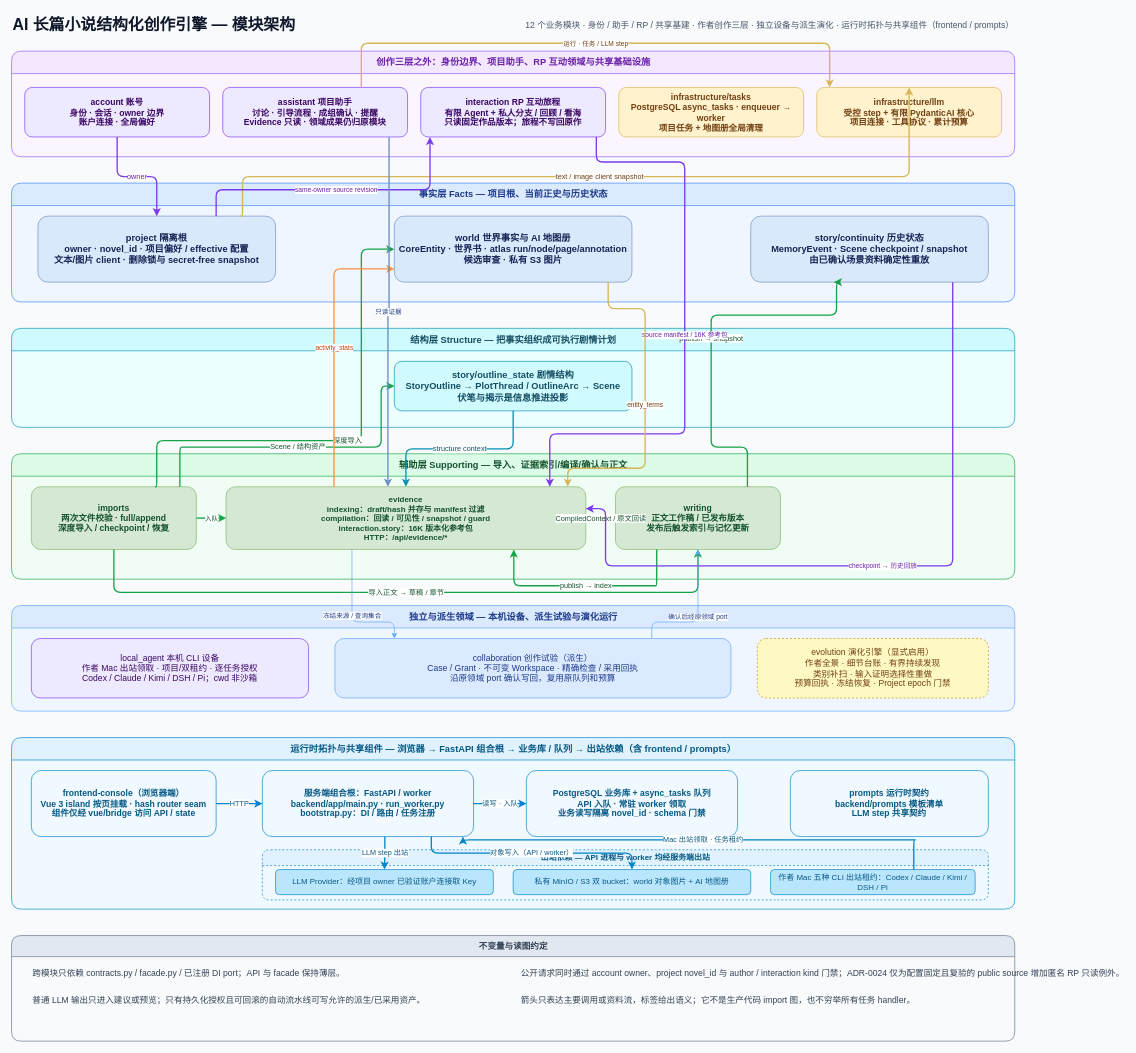
Above: docs/architecture/module-architecture.drawio in FengHuoLinShan/ai-writing-assist (draw.io), before the change. Source tidied: cells renumbered, new cells numbered last; positions are measured from the earlier drawing's top-left corner, leaving out a move shared by most shapes. Both pictures are drawn from the tidied source at 66%, with x=0, y=0 at pixel (11, 11).
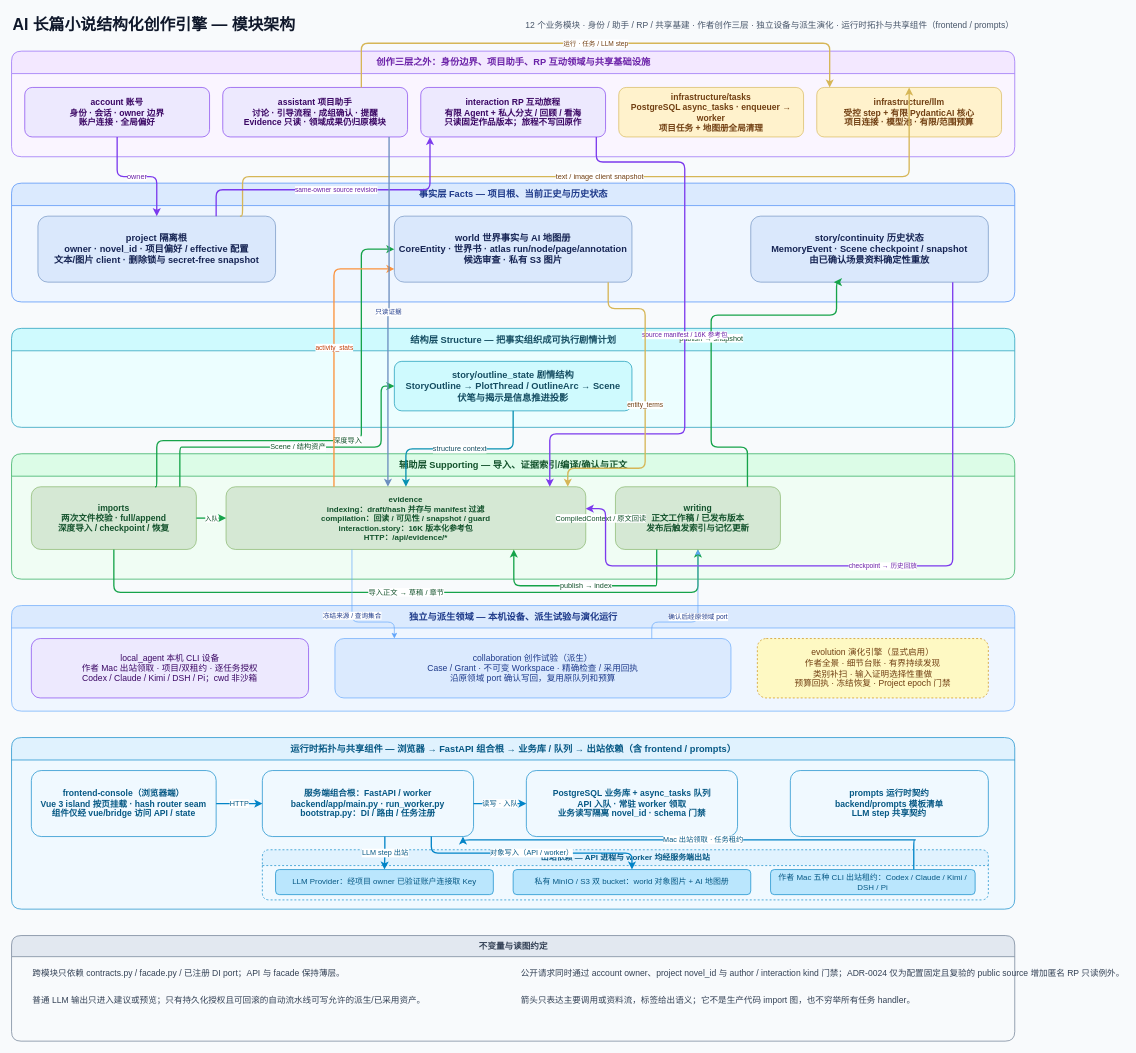
Above is the later version.

Unchanged cells that the change refers to:
```xml
<mxCell id="4" value="创作三层之外：身份边界、项目助手、RP 互动领域与共享基础设施" style="swimlane;startSize=34;horizontal=1;rounded=1;html=1;fillColor=#f3e8ff;swimlaneFillColor=#faf5ff;strokeColor=#8b5cf6;fontColor=#6b21a8;fontSize=14;fontStyle=1;" parent="1" vertex="1">
  <mxGeometry y="60" width="1520" height="160" as="geometry" />
</mxCell>
```

What changed in the source:
```diff
@@
-    <mxCell id="9" value="infrastructure/llm&#10;受控 step + 有限 PydanticAI 核心&#10;项目连接 · 工具协议 · 累计预算" style="rounded=1;whiteSpace=wrap;html=1;fillColor=#fff2cc;strokeColor=#d6b656;fontColor=#713f12;fontSize=13;fontStyle=1;spacing=8;" parent="4" vertex="1">
+    <mxCell id="9" value="infrastructure/llm&#10;受控 step + 有限 PydanticAI 核心&#10;项目连接 · 模型池 · 有限/范围预算" style="rounded=1;whiteSpace=wrap;html=1;fillColor=#fff2cc;strokeColor=#d6b656;fontColor=#713f12;fontSize=13;fontStyle=1;spacing=8;" parent="4" vertex="1">
       <mxGeometry x="1220" y="55" width="280" height="75" as="geometry" />
     </mxCell>
```
